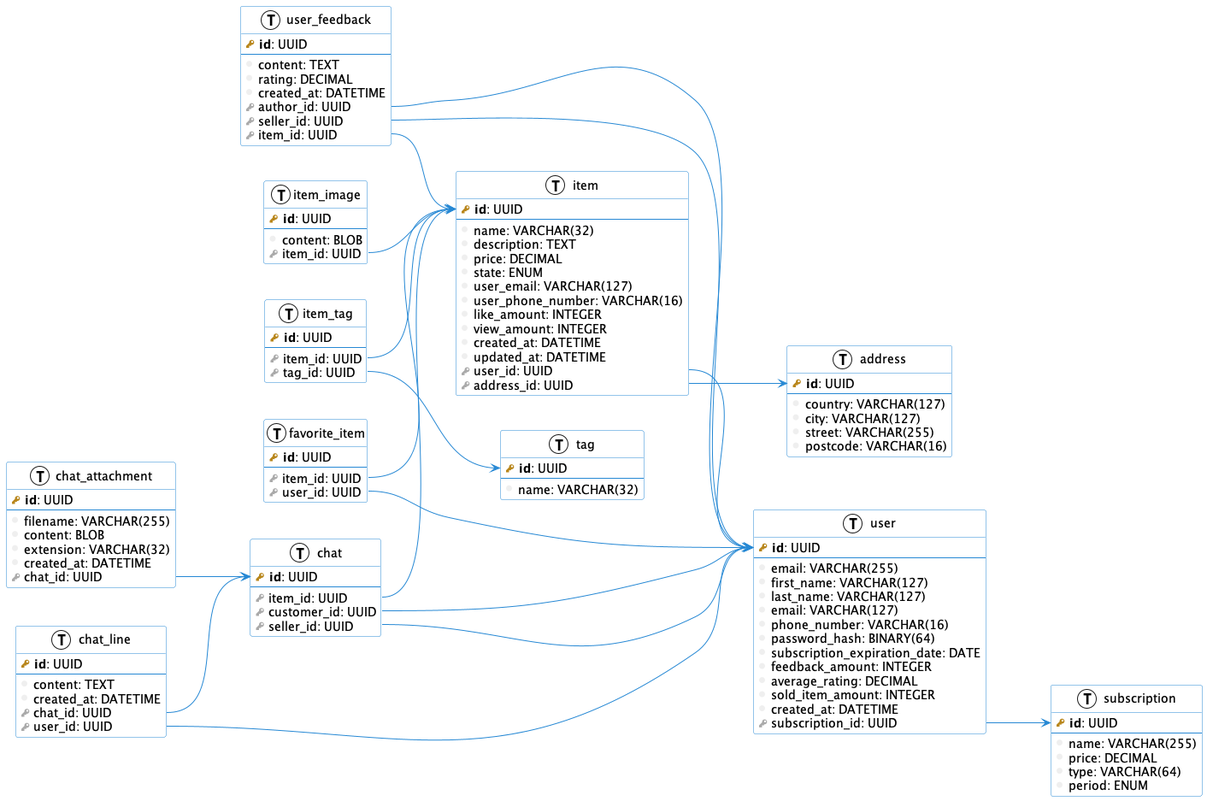
The PlantUML diagram images/db.png in danilshvalov/databases-lab, before a commit.
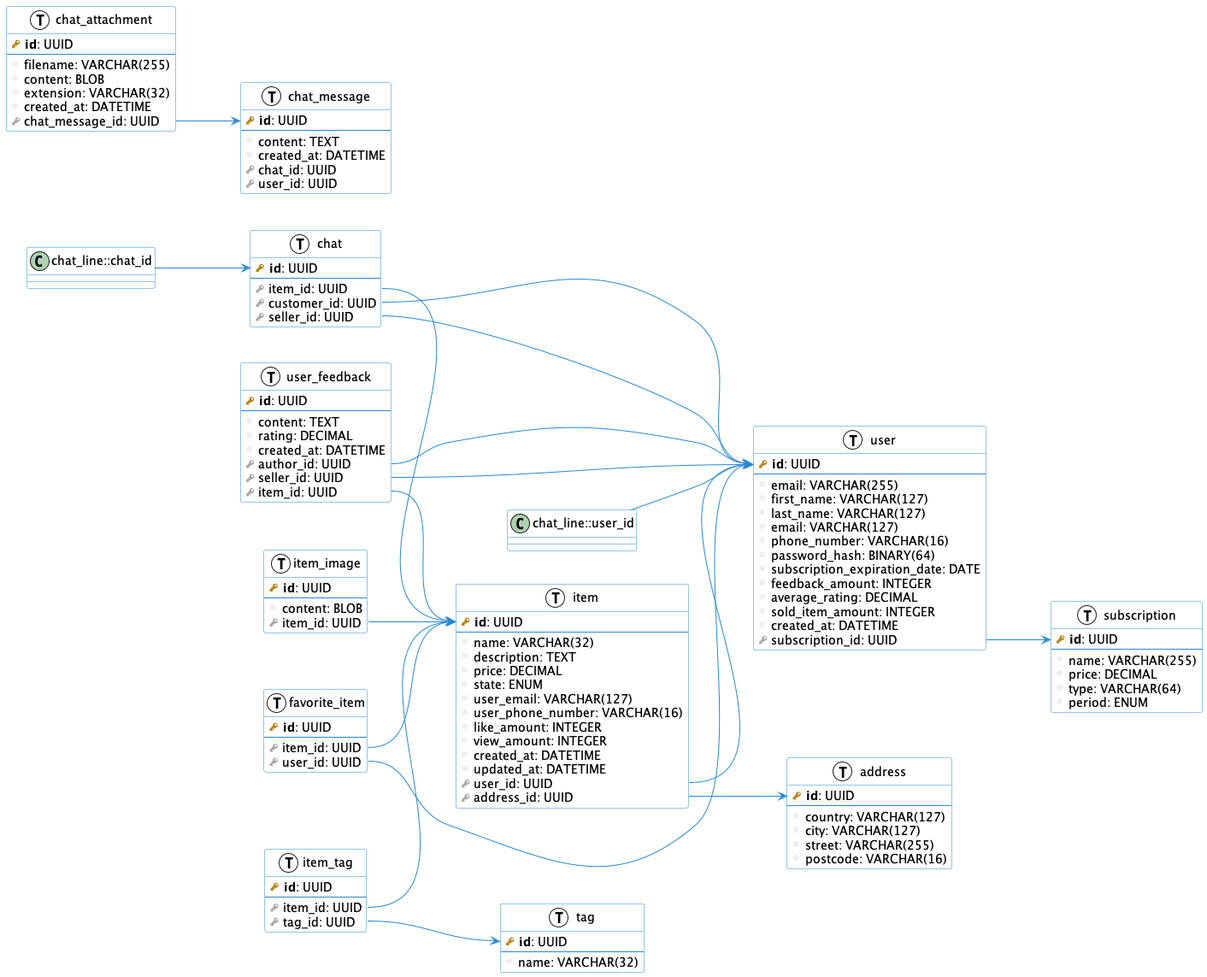
Above is the later version.

Commit message:
fix(db): rename chat_line to chat_message

The edit, as a diff of the source:
```diff
@@ -134,7 +134,7 @@
 chat::customer_id --> user::id
 chat::seller_id --> user::id
 
-table(chat_line) {
+table(chat_message) {
     primary_key(id): UUID
     --
     column(content): TEXT
@@ -153,9 +153,9 @@
     column(content): BLOB
     column(extension): VARCHAR(32)
     column(created_at): DATETIME
-    foreign_key(chat_id): UUID
+    foreign_key(chat_message_id): UUID
 }
 
-chat_attachment::chat_id --> chat::id
+chat_attachment::chat_message_id --> chat_message::id
 
 @enduml
```
